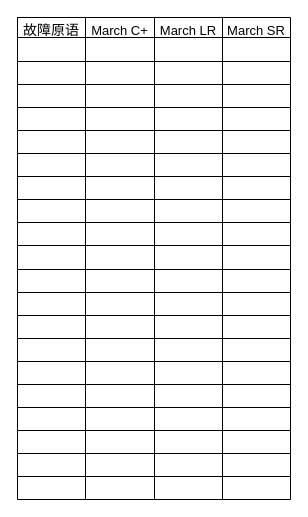
shanshan-lu/homwork keeps this draw.io diagram as doc/compare.drawio. Above is the earlier version. Source tidied: cells renumbered, new cells numbered last; positions are measured from the earlier drawing's top-left corner, leaving out a move shared by most shapes. Both pictures are drawn from the tidied source at 100%, with x=0, y=0 at pixel (17, 17).
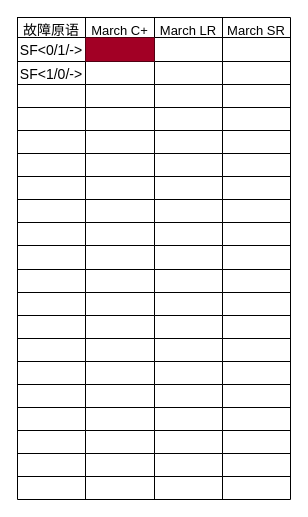
The same diagram, later.

The change refers to these unchanged cells:
```xml
<mxCell id="8" style="shape=tableRow;horizontal=0;startSize=0;swimlaneHead=0;swimlaneBody=0;strokeColor=inherit;top=0;left=0;bottom=0;right=0;fillColor=none;fontSize=16;" parent="2" vertex="1">
  <mxGeometry y="20" width="273" height="24" as="geometry" />
</mxCell>
<mxCell id="13" style="shape=tableRow;horizontal=0;startSize=0;swimlaneHead=0;swimlaneBody=0;strokeColor=inherit;top=0;left=0;bottom=0;right=0;fillColor=none;fontSize=16;" parent="2" vertex="1">
  <mxGeometry y="44" width="273" height="23" as="geometry" />
</mxCell>
```

What changed in the source:
```diff
@@
-    <mxCell id="9" style="shape=partialRectangle;html=1;whiteSpace=wrap;strokeColor=inherit;overflow=hidden;fillColor=none;top=0;left=0;bottom=0;right=0;fontSize=16;" parent="8" vertex="1">
+    <mxCell id="9" value="&lt;font style=&quot;font-size: 14px;&quot;&gt;SF&amp;lt;0/1/-&amp;gt;&lt;/font&gt;" style="shape=partialRectangle;html=1;whiteSpace=wrap;strokeColor=inherit;overflow=hidden;fillColor=none;top=0;left=0;bottom=0;right=0;fontSize=16;" parent="8" vertex="1">
       <mxGeometry width="68" height="24" as="geometry" />
     </mxCell>
-    <mxCell id="10" style="shape=partialRectangle;html=1;whiteSpace=wrap;strokeColor=inherit;overflow=hidden;fillColor=none;top=0;left=0;bottom=0;right=0;fontSize=16;" parent="8" vertex="1">
+    <mxCell id="10" style="shape=partialRectangle;html=1;whiteSpace=wrap;strokeColor=#6F0000;overflow=hidden;fillColor=#a20025;top=0;left=0;bottom=0;right=0;fontSize=16;fontColor=#ffffff;" parent="8" vertex="1">
       <mxGeometry x="68" width="69" height="24" as="geometry" />
     </mxCell>
@@
-    <mxCell id="14" style="shape=partialRectangle;html=1;whiteSpace=wrap;strokeColor=inherit;overflow=hidden;fillColor=none;top=0;left=0;bottom=0;right=0;fontSize=16;" parent="13" vertex="1">
+    <mxCell id="14" value="&lt;font style=&quot;font-size: 14px;&quot;&gt;SF&amp;lt;1/0/-&amp;gt;&lt;/font&gt;" style="shape=partialRectangle;html=1;whiteSpace=wrap;strokeColor=inherit;overflow=hidden;fillColor=none;top=0;left=0;bottom=0;right=0;fontSize=16;" parent="13" vertex="1">
       <mxGeometry width="68" height="23" as="geometry" />
     </mxCell>
```
